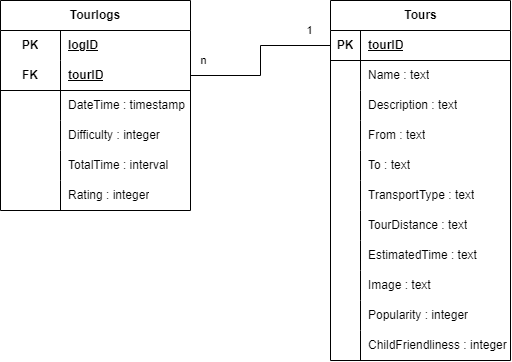
Highlander0815/Tourplanner keeps this draw.io diagram as documentation/other Diagrams/ER-diagram database.png. Above is the earlier version. Source tidied: cells renumbered, new cells last; positions are measured from the earlier drawing's top-left corner, leaving out a move shared by most shapes.
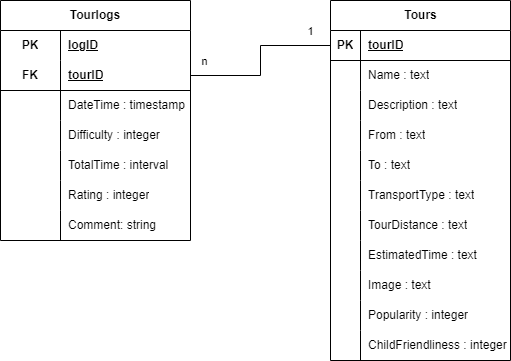
Later version of the same file.

The edit, as a diff of the source:
```diff
@@ -132,7 +132,7 @@
       <mxGeometry x="10" y="150" width="180" height="30" as="geometry" />
     </mxCell>
     <mxCell id="42" value="Tourlogs" style="shape=table;startSize=30;rowLines=0;fontStyle=1;align=center;html=1;whiteSpace=wrap;" parent="1" vertex="1">
-      <mxGeometry width="190" height="210" as="geometry" />
+      <mxGeometry width="190" height="240" as="geometry" />
     </mxCell>
     <mxCell id="43" style="shape=tableRow;horizontal=0;startSize=0;swimlaneHead=0;swimlaneBody=0;fillColor=none;top=0;left=0;right=0;bottom=0;html=1;" parent="42" vertex="1">
       <mxGeometry y="30" width="190" height="30" as="geometry" />
@@ -179,13 +179,22 @@
     <mxCell id="57" value="TotalTime : interval" style="shape=partialRectangle;fillColor=none;top=0;left=0;bottom=0;right=0;align=left;spacingLeft=6;overflow=hidden;html=1;whiteSpace=wrap;" parent="55" vertex="1">
       <mxGeometry x="60" width="130" height="30" as="geometry" />
     </mxCell>
+    <mxCell id="61" style="shape=tableRow;horizontal=0;startSize=0;swimlaneHead=0;swimlaneBody=0;fillColor=none;top=0;left=0;right=0;bottom=0;html=1;" parent="42" vertex="1">
+      <mxGeometry y="180" width="190" height="30" as="geometry" />
+    </mxCell>
+    <mxCell id="62" style="shape=partialRectangle;fillColor=none;top=0;left=0;bottom=0;right=0;overflow=hidden;html=1;whiteSpace=wrap;" parent="61" vertex="1">
+      <mxGeometry width="60" height="30" as="geometry" />
+    </mxCell>
+    <mxCell id="63" value="Rating : integer" style="shape=partialRectangle;fillColor=none;top=0;left=0;bottom=0;right=0;align=left;spacingLeft=6;overflow=hidden;html=1;whiteSpace=wrap;" parent="61" vertex="1">
+      <mxGeometry x="60" width="130" height="30" as="geometry" />
+    </mxCell>
     <mxCell id="58" style="shape=tableRow;horizontal=0;startSize=0;swimlaneHead=0;swimlaneBody=0;fillColor=none;top=0;left=0;right=0;bottom=0;html=1;" parent="42" vertex="1">
-      <mxGeometry y="180" width="190" height="30" as="geometry" />
+      <mxGeometry y="210" width="190" height="30" as="geometry" />
     </mxCell>
     <mxCell id="59" style="shape=partialRectangle;fillColor=none;top=0;left=0;bottom=0;right=0;overflow=hidden;html=1;whiteSpace=wrap;" parent="58" vertex="1">
       <mxGeometry width="60" height="30" as="geometry" />
     </mxCell>
-    <mxCell id="60" value="Rating : integer" style="shape=partialRectangle;fillColor=none;top=0;left=0;bottom=0;right=0;align=left;spacingLeft=6;overflow=hidden;html=1;whiteSpace=wrap;" parent="58" vertex="1">
+    <mxCell id="60" value="Comment: string" style="shape=partialRectangle;fillColor=none;top=0;left=0;bottom=0;right=0;align=left;spacingLeft=6;overflow=hidden;html=1;whiteSpace=wrap;" parent="58" vertex="1">
       <mxGeometry x="60" width="130" height="30" as="geometry" />
     </mxCell>
   </root>
```
